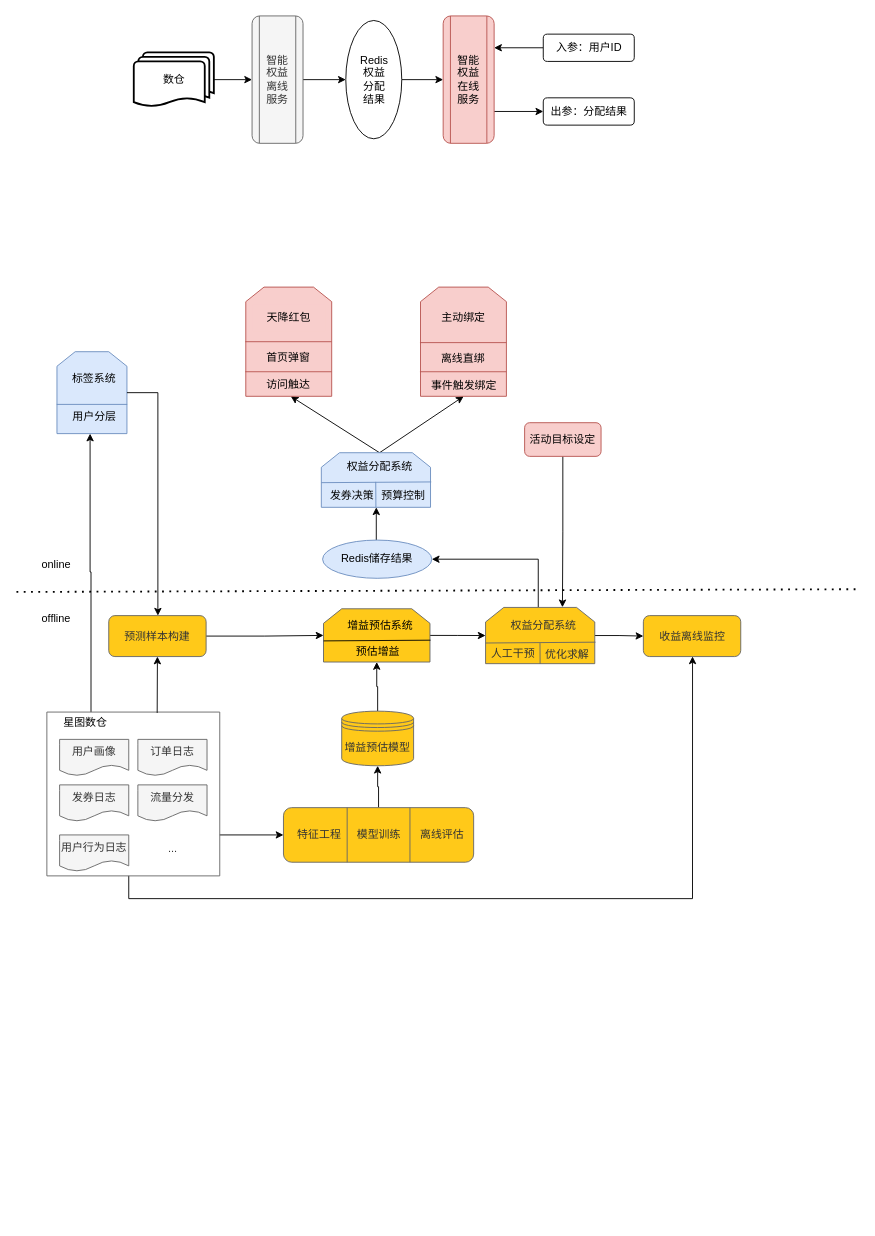
This is 小程序TRD.drawio from JintaiYang/drawio, a draw.io file, before an edit. Source tidied: cells renumbered, new cells numbered last; positions are measured from the earlier drawing's top-left corner, leaving out a move shared by most shapes. Both pictures are drawn from the tidied source at 91%, with x=0, y=0 at pixel (16, 15).
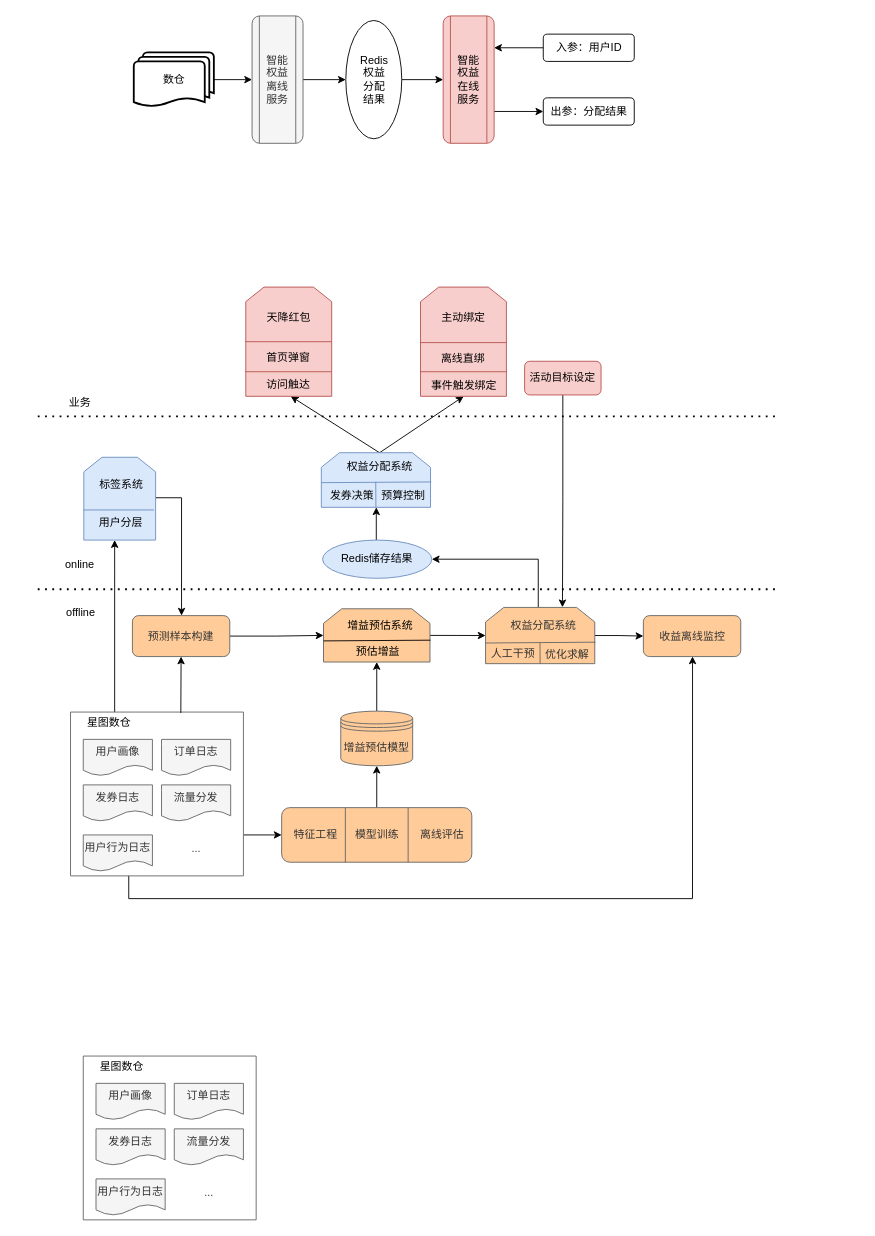
The same page after the edit.

Commit message (it also covers changes not shown here):
更新小程序TRD.drawio

Change to the diagram source:
```diff
@@
-    <mxCell id="13" style="edgeStyle=orthogonalEdgeStyle;rounded=0;orthogonalLoop=1;jettySize=auto;html=1;exitX=0.25;exitY=0;exitDx=0;exitDy=0;strokeWidth=1;entryX=0.5;entryY=1;entryDx=0;entryDy=0;" parent="1" edge="1">
+    <mxCell id="13" style="edgeStyle=orthogonalEdgeStyle;rounded=0;jettySize=auto;html=1;exitX=0.25;exitY=0;exitDx=0;exitDy=0;strokeWidth=1;" parent="1" edge="1" target="31">
       <mxGeometry relative="1" as="geometry">
-        <mxPoint x="81.5" y="765" as="sourcePoint" />
-        <mxPoint x="80.5" y="459" as="targetPoint" />
+        <mxPoint x="107.5" y="765" as="sourcePoint" />
         <Array as="points">
-          <mxPoint x="82" y="611" />
-          <mxPoint x="81" y="611" />
+          <mxPoint x="107" y="611" />
+          <mxPoint x="107" y="611" />
         </Array>
       </mxGeometry>
     </mxCell>
@@
     <mxCell id="16" style="swimlane;startSize=0;rounded=1;arcSize=38;fillColor=#f5f5f5;fontColor=#333333;strokeColor=#666666;" parent="1" vertex="1">
-      <mxGeometry x="33" y="765" width="190" height="180" as="geometry" />
+      <mxGeometry x="59" y="765" width="190" height="180" as="geometry" />
     </mxCell>
@@
-    <mxCell id="23" value="收益离线监控" style="rounded=1;whiteSpace=wrap;html=1;fillColor=#FFC919;fontColor=#333333;strokeColor=#666666;" parent="1" vertex="1">
+    <mxCell id="23" value="收益离线监控" style="rounded=1;whiteSpace=wrap;html=1;fillColor=#FFCC99;fontColor=#333333;strokeColor=#666666;" parent="1" vertex="1">
       <mxGeometry x="688.5" y="659" width="107" height="45" as="geometry" />
     </mxCell>
@@
-    <mxCell id="25" value="预测样本构建" style="rounded=1;whiteSpace=wrap;html=1;fillColor=#FFC919;fontColor=#333333;strokeColor=#666666;" parent="1" vertex="1">
-      <mxGeometry x="101" y="659" width="107" height="45" as="geometry" />
+    <mxCell id="25" value="预测样本构建" style="rounded=1;whiteSpace=wrap;html=1;fillColor=#FFCC99;fontColor=#333333;strokeColor=#666666;" parent="1" vertex="1">
+      <mxGeometry x="127" y="659" width="107" height="45" as="geometry" />
     </mxCell>
@@
-    <mxCell id="28" value="增益预估模型" style="shape=datastore;whiteSpace=wrap;html=1;rounded=1;glass=0;sketch=0;strokeWidth=1;fillColor=#FFC919;fontColor=#333333;strokeColor=#666666;" parent="1" vertex="1">
-      <mxGeometry x="357" y="764" width="79" height="60" as="geometry" />
+    <mxCell id="28" value="增益预估模型" style="shape=datastore;whiteSpace=wrap;html=1;rounded=1;glass=0;sketch=0;strokeWidth=1;fillColor=#FFCC99;fontColor=#333333;strokeColor=#666666;" parent="1" vertex="1">
+      <mxGeometry x="356" y="764" width="79" height="60" as="geometry" />
     </mxCell>
@@
     <mxCell id="30" value="活动目标设定" style="rounded=1;whiteSpace=wrap;html=1;glass=0;sketch=0;strokeWidth=1;fillColor=#f8cecc;strokeColor=#b85450;" parent="1" vertex="1">
-      <mxGeometry x="558" y="447" width="84" height="37" as="geometry" />
+      <mxGeometry x="558" y="379.5" width="84" height="37" as="geometry" />
     </mxCell>
     <mxCell id="31" style="shape=loopLimit;whiteSpace=wrap;html=1;rounded=0;sketch=0;size=20;fillColor=#dae8fc;strokeColor=#6c8ebf;" parent="1" vertex="1">
-      <mxGeometry x="44.1" y="369" width="76.9" height="90" as="geometry" />
+      <mxGeometry x="73.6" y="485" width="78.9" height="91" as="geometry" />
     </mxCell>
-    <mxCell id="32" style="edgeStyle=orthogonalEdgeStyle;rounded=0;jettySize=auto;html=1;strokeWidth=1;exitX=1;exitY=0.5;exitDx=0;exitDy=0;" parent="1" edge="1" source="31" target="25">
+    <mxCell id="32" style="edgeStyle=orthogonalEdgeStyle;rounded=0;jettySize=auto;html=1;strokeWidth=1;exitX=0.98;exitY=0.982;exitDx=0;exitDy=0;exitPerimeter=0;" parent="1" edge="1" source="33" target="25">
       <mxGeometry relative="1" as="geometry">
         <Array as="points">
-          <mxPoint x="155" y="414" />
+          <mxPoint x="181" y="530" />
         </Array>
       </mxGeometry>
     </mxCell>
     <mxCell id="33" value="标签系统" style="text;html=1;strokeColor=none;fillColor=none;align=center;verticalAlign=middle;whiteSpace=wrap;rounded=0;sketch=0;" parent="1" vertex="1">
-      <mxGeometry x="45" y="384" width="80" height="30" as="geometry" />
+      <mxGeometry x="74.5" y="500" width="80" height="30" as="geometry" />
     </mxCell>
     <mxCell id="34" style="endArrow=none;html=1;rounded=0;exitX=-0.01;exitY=0.572;exitDx=0;exitDy=0;exitPerimeter=0;fillColor=#dae8fc;strokeColor=#6c8ebf;" parent="1" edge="1">
       <mxGeometry relative="1" as="geometry">
-        <mxPoint x="43.8" y="426.9" as="sourcePoint" />
-        <mxPoint x="121.3" y="426.9" as="targetPoint" />
+        <mxPoint x="73.3" y="542.9" as="sourcePoint" />
+        <mxPoint x="150.8" y="542.9" as="targetPoint" />
       </mxGeometry>
     </mxCell>
     <mxCell id="35" value="用户分层" style="text;html=1;align=center;verticalAlign=middle;strokeColor=none;fillColor=none;" parent="1" vertex="1">
-      <mxGeometry x="49.5" y="426" width="70" height="30" as="geometry" />
+      <mxGeometry x="79" y="542" width="70" height="30" as="geometry" />
     </mxCell>
@@
     <mxCell id="39" style="group;fillColor=none;fontColor=#333333;strokeColor=none;" parent="1" vertex="1">
-      <mxGeometry x="293" y="870" width="209" height="60" as="geometry" />
+      <mxGeometry x="290" y="870" width="209" height="60" as="geometry" />
     </mxCell>
@@
     <mxCell id="64" style="endArrow=none;dashed=1;html=1;dashPattern=1 3;strokeWidth=2;rounded=0;" parent="1" edge="1">
       <mxGeometry relative="1" as="geometry">
-        <mxPoint x="-0.4" y="633" as="sourcePoint" />
-        <mxPoint x="923" y="630" as="targetPoint" />
+        <mxPoint x="23" y="630" as="sourcePoint" />
+        <mxPoint x="833" y="630" as="targetPoint" />
       </mxGeometry>
     </mxCell>
-    <mxCell id="65" style="shape=loopLimit;whiteSpace=wrap;html=1;rounded=0;sketch=0;size=20;fillColor=#FFC919;strokeColor=#666666;fontColor=#333333;" parent="1" vertex="1">
+    <mxCell id="65" style="shape=loopLimit;whiteSpace=wrap;html=1;rounded=0;sketch=0;size=20;fillColor=#FFCC99;strokeColor=#666666;fontColor=#333333;" parent="1" vertex="1">
       <mxGeometry x="337" y="651.5" width="117" height="58.5" as="geometry" />
     </mxCell>
@@
-    <mxCell id="69" style="shape=loopLimit;whiteSpace=wrap;html=1;rounded=0;sketch=0;size=20;fillColor=#FFC919;fontColor=#333333;strokeColor=#666666;" parent="1" vertex="1">
+    <mxCell id="69" style="shape=loopLimit;whiteSpace=wrap;html=1;rounded=0;sketch=0;size=20;fillColor=#FFCC99;fontColor=#333333;strokeColor=#666666;" parent="1" vertex="1">
       <mxGeometry x="515.1" y="650" width="120" height="61.8" as="geometry" />
     </mxCell>
@@
-    <mxCell id="76" value="模型训练" style="shape=process;whiteSpace=wrap;html=1;backgroundOutline=1;rounded=1;glass=0;sketch=0;strokeWidth=1;size=0.3333333333333333;fillColor=#FFC919;fontColor=#333333;strokeColor=#666666;" parent="1" vertex="1">
-      <mxGeometry x="293" y="870" width="209" height="60" as="geometry" />
+    <mxCell id="76" value="模型训练" style="shape=process;whiteSpace=wrap;html=1;backgroundOutline=1;rounded=1;glass=0;sketch=0;strokeWidth=1;size=0.3333333333333333;fillColor=#FFCC99;fontColor=#333333;strokeColor=#666666;" parent="1" vertex="1">
+      <mxGeometry x="291" y="870" width="209" height="60" as="geometry" />
     </mxCell>
     <mxCell id="77" value="特征工程" style="text;html=1;align=center;verticalAlign=middle;strokeColor=none;fillColor=none;fontColor=#333333;" parent="1" vertex="1">
-      <mxGeometry x="297" y="885" width="70" height="30" as="geometry" />
+      <mxGeometry x="293" y="885" width="70" height="30" as="geometry" />
     </mxCell>
@@
     <mxCell id="79" value="offline" style="text;html=1;align=center;verticalAlign=middle;strokeColor=none;fillColor=none;" parent="1" vertex="1">
-      <mxGeometry x="13" y="647.5" width="60" height="30" as="geometry" />
+      <mxGeometry x="40" y="640.5" width="60" height="30" as="geometry" />
     </mxCell>
     <mxCell id="80" value="online" style="text;html=1;align=center;verticalAlign=middle;strokeColor=none;fillColor=none;" parent="1" vertex="1">
-      <mxGeometry x="13" y="588" width="60" height="30" as="geometry" />
+      <mxGeometry x="39" y="588" width="60" height="30" as="geometry" />
     </mxCell>
     <mxCell id="81" value="星图数仓" style="text;html=1;align=center;verticalAlign=middle;strokeColor=none;fillColor=none;" parent="1" vertex="1">
-      <mxGeometry x="40" y="762" width="70" height="30" as="geometry" />
+      <mxGeometry x="66" y="762" width="70" height="30" as="geometry" />
     </mxCell>
+    <mxCell id="82" style="endArrow=none;dashed=1;html=1;dashPattern=1 3;strokeWidth=2;rounded=0;" parent="1" edge="1">
+      <mxGeometry relative="1" as="geometry">
+        <mxPoint x="23" y="440" as="sourcePoint" />
+        <mxPoint x="833" y="440" as="targetPoint" />
+      </mxGeometry>
+    </mxCell>
+    <mxCell id="83" value="业务" style="text;html=1;align=center;verticalAlign=middle;strokeColor=none;fillColor=none;" parent="1" vertex="1">
+      <mxGeometry x="44" y="410" width="50" height="30" as="geometry" />
+    </mxCell>
+    <mxCell id="84" style="swimlane;startSize=0;rounded=1;arcSize=38;fillColor=#f5f5f5;fontColor=#333333;strokeColor=#666666;" parent="1" vertex="1">
+      <mxGeometry x="73" y="1143" width="190" height="180" as="geometry" />
+    </mxCell>
+    <mxCell id="85" value="用户画像" style="shape=document;whiteSpace=wrap;html=1;boundedLbl=1;rounded=1;fillColor=#f5f5f5;fontColor=#333333;strokeColor=#666666;" parent="84" vertex="1">
+      <mxGeometry x="14" y="30" width="76" height="40" as="geometry" />
+    </mxCell>
+    <mxCell id="86" value="订单日志" style="shape=document;whiteSpace=wrap;html=1;boundedLbl=1;rounded=1;fillColor=#f5f5f5;fontColor=#333333;strokeColor=#666666;" parent="84" vertex="1">
+      <mxGeometry x="100" y="30" width="76" height="40" as="geometry" />
+    </mxCell>
+    <mxCell id="87" value="发券日志" style="shape=document;whiteSpace=wrap;html=1;boundedLbl=1;rounded=1;fillColor=#f5f5f5;fontColor=#333333;strokeColor=#666666;" parent="84" vertex="1">
+      <mxGeometry x="14" y="80" width="76" height="40" as="geometry" />
+    </mxCell>
+    <mxCell id="88" value="流量分发" style="shape=document;whiteSpace=wrap;html=1;boundedLbl=1;rounded=1;fillColor=#f5f5f5;fontColor=#333333;strokeColor=#666666;" parent="84" vertex="1">
+      <mxGeometry x="100" y="80" width="76" height="40" as="geometry" />
+    </mxCell>
+    <mxCell id="89" value="用户行为日志" style="shape=document;whiteSpace=wrap;html=1;boundedLbl=1;rounded=1;fillColor=#f5f5f5;fontColor=#333333;strokeColor=#666666;" parent="84" vertex="1">
+      <mxGeometry x="14" y="135" width="76" height="40" as="geometry" />
+    </mxCell>
+    <mxCell id="90" value="..." style="text;html=1;align=center;verticalAlign=middle;strokeColor=none;fillColor=none;fontColor=#333333;" parent="84" vertex="1">
+      <mxGeometry x="123" y="135" width="30" height="30" as="geometry" />
+    </mxCell>
+    <mxCell id="91" value="星图数仓" style="text;html=1;align=center;verticalAlign=middle;strokeColor=none;fillColor=none;" parent="1" vertex="1">
+      <mxGeometry x="80" y="1140" width="70" height="30" as="geometry" />
+    </mxCell>
```
